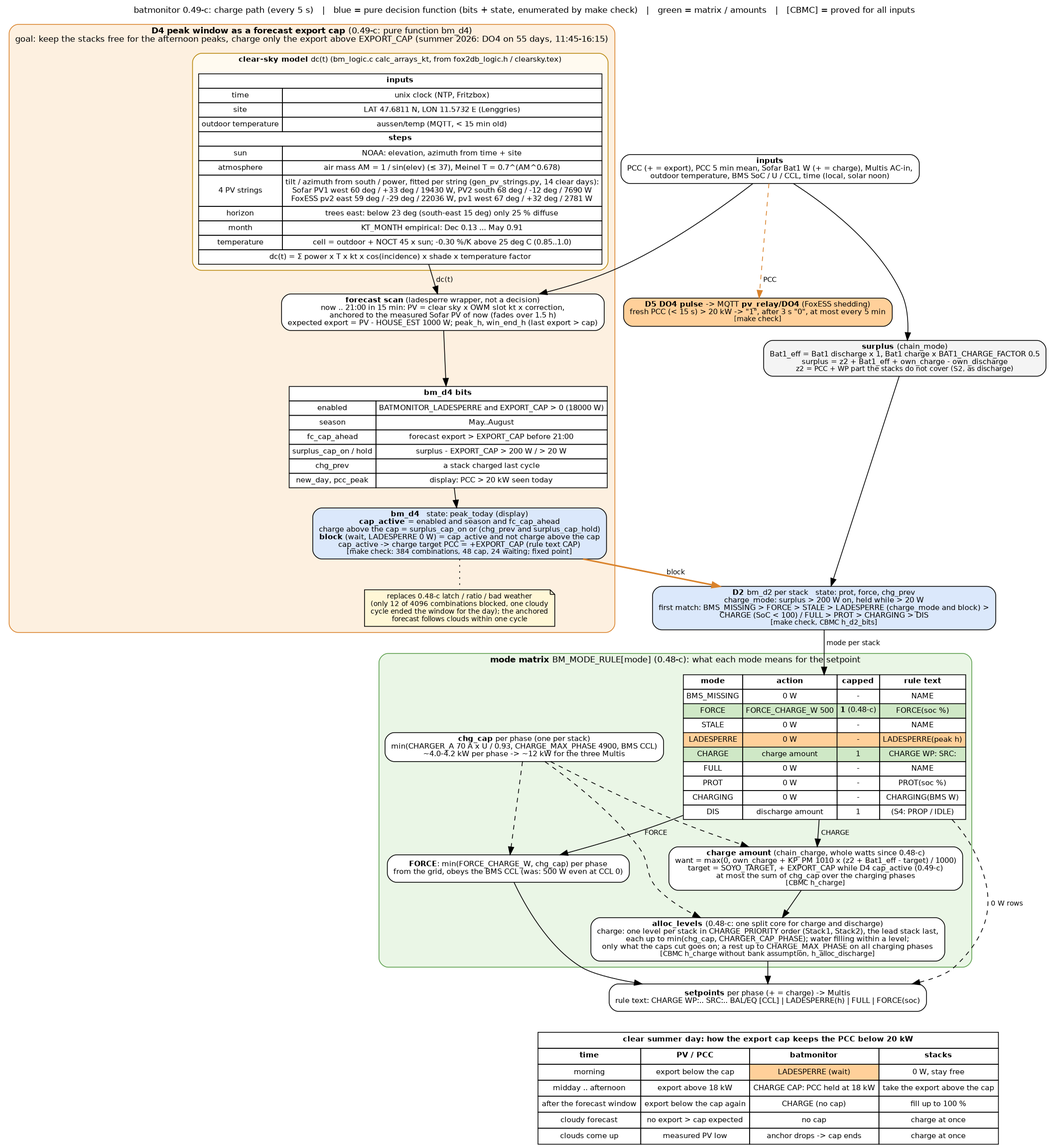
This is docs/charge_flow.png from gerontec/victron, a Graphviz export, as it was before one commit. Its source is kept beside it as docs/charge_flow.dot.
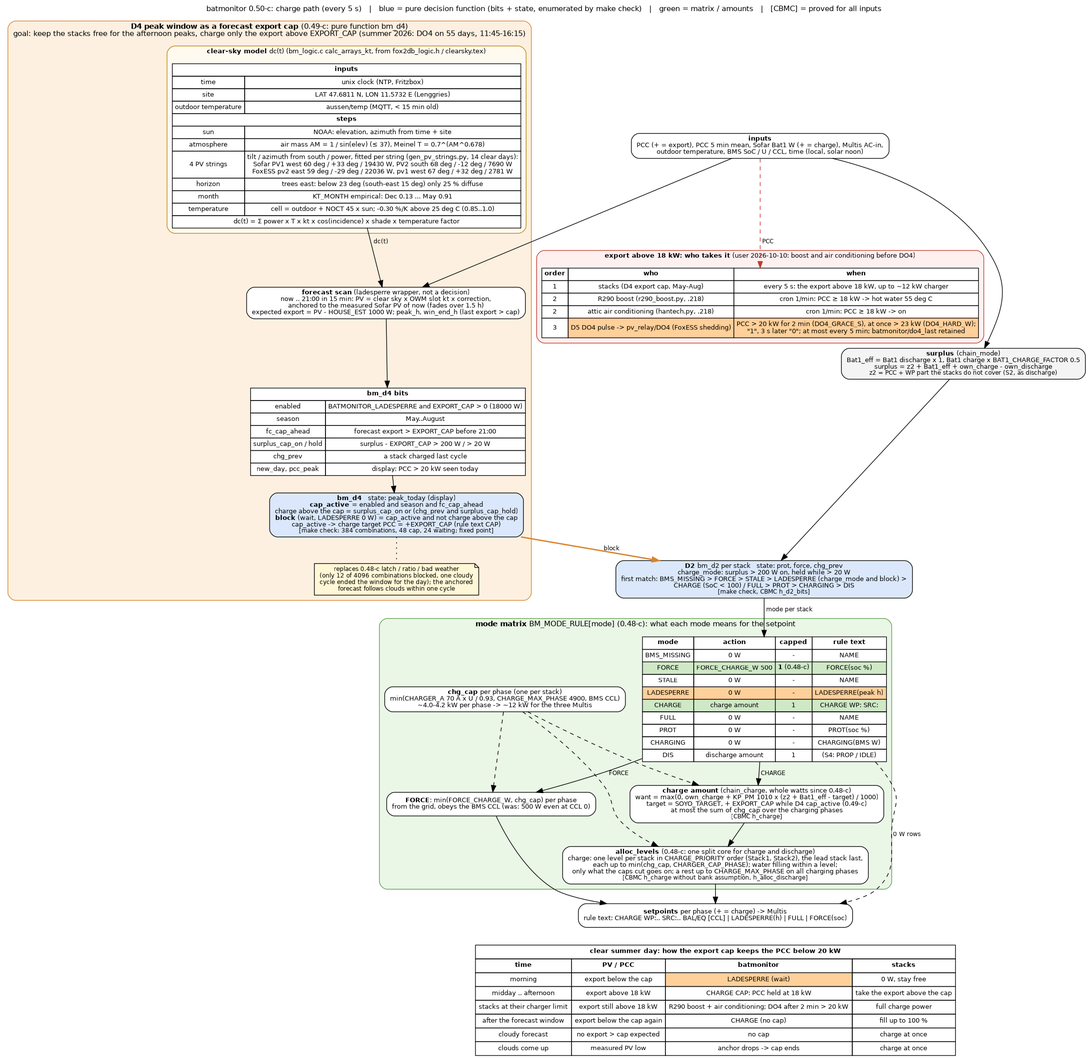
After the change.

The edit, as a diff of the source:
```diff
@@ -1,6 +1,6 @@
 digraph charge {
 	graph [rankdir=TB, fontname="Helvetica", fontsize=11, nodesep=0.35, ranksep=0.35, newrank=true,
-		   label="batmonitor 0.49-c: charge path (every 5 s)   |   blue = pure decision function (bits + state, enumerated by make check)   |   green = matrix / amounts   |   [CBMC] = proved for all inputs",
+		   label="batmonitor 0.50-c: charge path (every 5 s)   |   blue = pure decision function (bits + state, enumerated by make check)   |   green = matrix / amounts   |   [CBMC] = proved for all inputs",
 		   labelloc=t];
 	node [shape=box, style="rounded,filled", fillcolor="#f4f4f4", fontname="Helvetica", fontsize=10];
 	edge [fontname="Helvetica", fontsize=9];
@@ -79,7 +79,18 @@
 		amount -> alloc;
 	}
 
-	do4 [label=<<b>D5 DO4 pulse</b> -&gt; MQTT <b>pv_relay/DO4</b> (FoxESS shedding)<br/>fresh PCC (&lt; 15 s) &gt; 20 kW -&gt; "1", after 3 s "0", at most every 5 min<br/><font point-size="9">[make check]</font>>, fillcolor="#ffd09a"];
+	subgraph cluster_prio {
+		label=<<b>export above 18 kW: who takes it</b> (user 2026-10-10: boost and air conditioning before DO4)>;
+		style="rounded,filled"; fillcolor="#fff0f0"; color="#c0392b"; fontsize=10;
+		prio [shape=plain, label=<
+			<table border="0" cellborder="1" cellspacing="0" cellpadding="3" bgcolor="#ffffff">
+			<tr><td><b>order</b></td><td><b>who</b></td><td><b>when</b></td></tr>
+			<tr><td>1</td><td>stacks (D4 export cap, May-Aug)</td><td>every 5 s: the export above 18 kW, up to ~12 kW charger</td></tr>
+			<tr><td>2</td><td>R290 boost (r290_boost.py, .218)</td><td>cron 1/min: PCC &ge; 18 kW -&gt; hot water 55 deg C</td></tr>
+			<tr><td>2</td><td>attic air conditioning (hantech.py, .218)</td><td>cron 1/min: PCC &ge; 18 kW -&gt; on</td></tr>
+			<tr><td>3</td><td bgcolor="#ffd09a">D5 DO4 pulse -&gt; pv_relay/DO4 (FoxESS shedding)</td><td bgcolor="#ffd09a">PCC &gt; 20 kW for 2 min (DO4_GRACE_S), at once &gt; 23 kW (DO4_HARD_W);<br/>"1", 3 s later "0"; at most every 5 min; batmonitor/do4_last retained</td></tr>
+			</table>>];
+	}
 
 	out [label=<<b>setpoints</b> per phase (+ = charge) -&gt; Multis<br/>rule text: CHARGE WP:.. SRC:.. BAL/EQ [CCL] | LADESPERRE(h) | FULL | FORCE(soc)>, fillcolor="#ffffff"];
 
@@ -89,6 +100,7 @@
 		<tr><td><b>time</b></td><td><b>PV / PCC</b></td><td><b>batmonitor</b></td><td><b>stacks</b></td></tr>
 		<tr><td>morning</td><td>export below the cap</td><td bgcolor="#ffd09a">LADESPERRE (wait)</td><td>0 W, stay free</td></tr>
 		<tr><td>midday .. afternoon</td><td>export above 18 kW</td><td>CHARGE CAP: PCC held at 18 kW</td><td>take the export above the cap</td></tr>
+		<tr><td>stacks at their charger limit</td><td>export still above 18 kW</td><td>R290 boost + air conditioning; DO4 after 2 min &gt; 20 kW</td><td>full charge power</td></tr>
 		<tr><td>after the forecast window</td><td>export below the cap again</td><td>CHARGE (no cap)</td><td>fill up to 100 %</td></tr>
 		<tr><td>cloudy forecast</td><td>no export &gt; cap expected</td><td>no cap</td><td>charge at once</td></tr>
 		<tr><td>clouds come up</td><td>measured PV low</td><td>anchor drops -&gt; cap ends</td><td>charge at once</td></tr>
@@ -96,7 +108,7 @@
 
 	in -> surplus -> d2;
 	in -> model;
-	in -> do4 [style=dashed, label=" PCC", color="#d9822b"];
+	in -> prio [style=dashed, label=" PCC", color="#c0392b"];
 	d4 -> d2 [color="#d9822b", penwidth=2, label=" block"];
 	d2 -> mrule [label=" mode per stack"];
 	force -> out;
```
